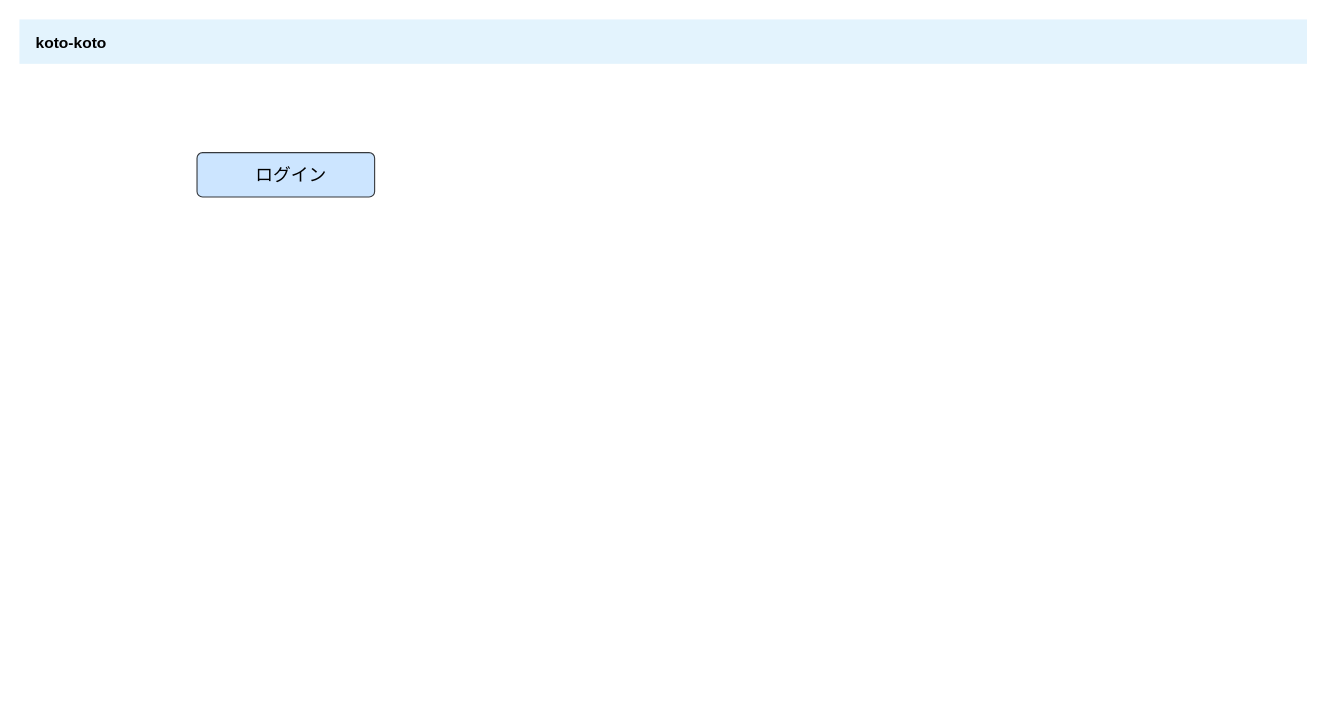
omoikanelulu/Three_good_things keeps this draw.io diagram as page "新規登録画面" (2 of 5) of 名称未設定ファイル.drawio. Above is the earlier version. Source tidied: cells renumbered, new cells numbered last; positions are measured from the earlier drawing's top-left corner, leaving out a move shared by most shapes. Both pictures are drawn from the tidied source at 111%, with x=0, y=0 at pixel (19, 19).
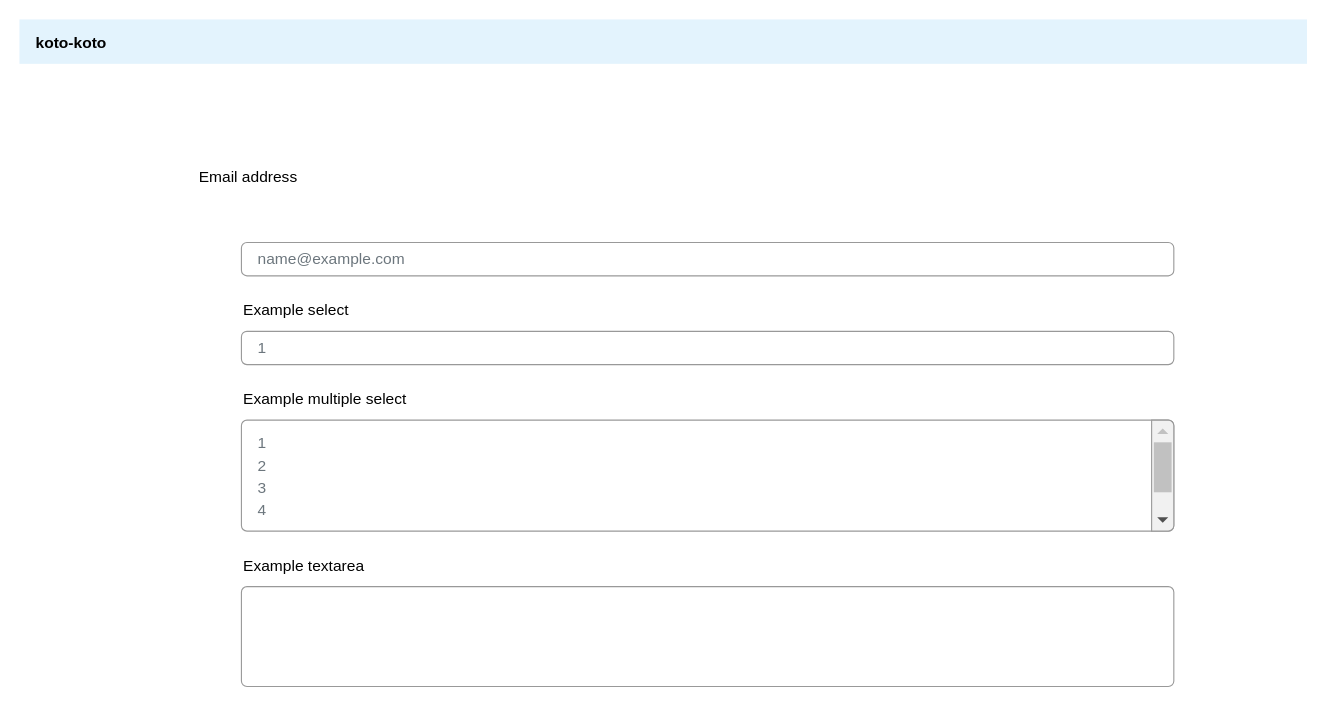
Above is the later version.

Commit message:
名称未設定ファイル.drawio を更新します

Change to the diagram source:
```diff
@@
-    <mxCell id="3" value="ログイン" style="html=1;shadow=0;dashed=0;shape=mxgraph.bootstrap.rrect;rSize=5;strokeColor=#36393d;align=center;spacingLeft=10;fontSize=16;whiteSpace=wrap;rounded=0;fillColor=#cce5ff;" parent="1" vertex="1">
-      <mxGeometry x="160" y="120" width="160" height="40" as="geometry" />
-    </mxCell>
+    <mxCell id="4" value="Email address" style="fillColor=none;strokeColor=none;align=left;fontSize=14;" parent="1" vertex="1">
+      <mxGeometry x="160" y="121" width="260" height="40" as="geometry" />
+    </mxCell>
+    <mxCell id="5" value="name@example.com" style="html=1;shadow=0;dashed=0;shape=mxgraph.bootstrap.rrect;rSize=5;fillColor=none;strokeColor=#999999;align=left;spacing=15;fontSize=14;fontColor=#6C767D;" parent="1" vertex="1">
+      <mxGeometry width="840" height="30" relative="1" as="geometry">
+        <mxPoint x="200" y="201" as="offset" />
+      </mxGeometry>
+    </mxCell>
+    <mxCell id="6" value="Example select" style="fillColor=none;strokeColor=none;align=left;fontSize=14;" parent="1" vertex="1">
+      <mxGeometry width="260" height="40" relative="1" as="geometry">
+        <mxPoint x="200" y="241" as="offset" />
+      </mxGeometry>
+    </mxCell>
+    <mxCell id="7" value="1" style="html=1;shadow=0;dashed=0;shape=mxgraph.bootstrap.rrect;rSize=5;fillColor=none;strokeColor=#999999;align=left;spacing=15;fontSize=14;fontColor=#6C767D;" parent="1" vertex="1">
+      <mxGeometry width="840" height="30" relative="1" as="geometry">
+        <mxPoint x="200" y="281" as="offset" />
+      </mxGeometry>
+    </mxCell>
+    <mxCell id="8" value="Example multiple select" style="fillColor=none;strokeColor=none;align=left;fontSize=14;" parent="1" vertex="1">
+      <mxGeometry width="260" height="40" relative="1" as="geometry">
+        <mxPoint x="200" y="321" as="offset" />
+      </mxGeometry>
+    </mxCell>
+    <mxCell id="9" style="html=1;shadow=0;dashed=0;shape=mxgraph.bootstrap.rrect;rSize=5;fillColor=none;strokeColor=#999999;align=left;spacing=15;fontSize=14;fontColor=#6C767D;" parent="1" vertex="1">
+      <mxGeometry width="840" height="100" relative="1" as="geometry">
+        <mxPoint x="200" y="361" as="offset" />
+      </mxGeometry>
+    </mxCell>
+    <mxCell id="10" style="html=1;shadow=0;dashed=0;shape=mxgraph.bootstrap.rightButton;rSize=5;fillColor=#F1F1F1;strokeColor=#999999;" parent="9" vertex="1">
+      <mxGeometry x="1" width="20" height="100" relative="1" as="geometry">
+        <mxPoint x="-20" as="offset" />
+      </mxGeometry>
+    </mxCell>
+    <mxCell id="11" style="fillColor=#C1C1C1;strokeColor=none;" parent="10" vertex="1">
+      <mxGeometry width="16" height="45" relative="1" as="geometry">
+        <mxPoint x="2" y="20" as="offset" />
+      </mxGeometry>
+    </mxCell>
+    <mxCell id="12" style="shape=triangle;direction=north;fillColor=#C1C1C1;strokeColor=none;perimeter=none;" parent="10" vertex="1">
+      <mxGeometry width="10" height="5" relative="1" as="geometry">
+        <mxPoint x="5" y="7.5" as="offset" />
+      </mxGeometry>
+    </mxCell>
+    <mxCell id="13" style="shape=triangle;direction=south;fillColor=#505050;strokeColor=none;perimeter=none;" parent="10" vertex="1">
+      <mxGeometry y="1" width="10" height="5" relative="1" as="geometry">
+        <mxPoint x="5" y="-12.5" as="offset" />
+      </mxGeometry>
+    </mxCell>
+    <mxCell id="14" value="1" style="fillColor=none;strokeColor=none;align=left;spacing=15;fontSize=14;fontColor=#6C767D;" parent="9" vertex="1">
+      <mxGeometry width="780" height="20" relative="1" as="geometry">
+        <mxPoint y="10" as="offset" />
+      </mxGeometry>
+    </mxCell>
+    <mxCell id="15" value="2" style="fillColor=none;strokeColor=none;align=left;spacing=15;fontSize=14;fontColor=#6C767D;" parent="9" vertex="1">
+      <mxGeometry width="780" height="20" relative="1" as="geometry">
+        <mxPoint y="30" as="offset" />
+      </mxGeometry>
+    </mxCell>
+    <mxCell id="16" value="3" style="fillColor=none;strokeColor=none;align=left;spacing=15;fontSize=14;fontColor=#6C767D;" parent="9" vertex="1">
+      <mxGeometry width="780" height="20" relative="1" as="geometry">
+        <mxPoint y="50" as="offset" />
+      </mxGeometry>
+    </mxCell>
+    <mxCell id="17" value="4" style="fillColor=none;strokeColor=none;align=left;spacing=15;fontSize=14;fontColor=#6C767D;" parent="9" vertex="1">
+      <mxGeometry width="780" height="20" relative="1" as="geometry">
+        <mxPoint y="70" as="offset" />
+      </mxGeometry>
+    </mxCell>
+    <mxCell id="18" value="Example textarea" style="fillColor=none;strokeColor=none;align=left;fontSize=14;" parent="1" vertex="1">
+      <mxGeometry width="260" height="40" relative="1" as="geometry">
+        <mxPoint x="200" y="471" as="offset" />
+      </mxGeometry>
+    </mxCell>
+    <mxCell id="19" style="html=1;shadow=0;dashed=0;shape=mxgraph.bootstrap.rrect;rSize=5;fillColor=none;strokeColor=#999999;align=left;spacing=15;fontSize=14;fontColor=#6C767D;" parent="1" vertex="1">
+      <mxGeometry width="840" height="90" relative="1" as="geometry">
+        <mxPoint x="200" y="511" as="offset" />
+      </mxGeometry>
+    </mxCell>
```
